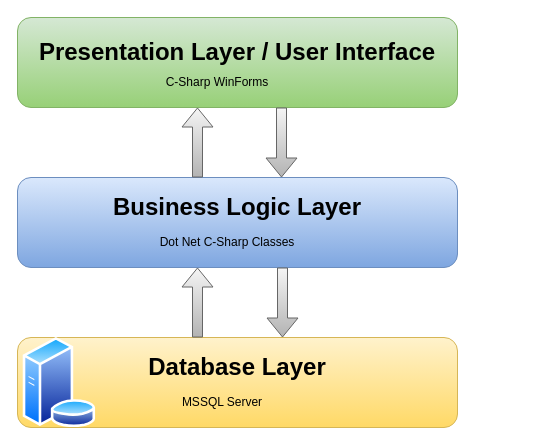
The draw.io diagram FinalDeliverables/SRS_UPDATE/architecture.drawio in AzamWahid/LibraryInfoSystem, before the edit. Source tidied: cells renumbered, new cells numbered last; positions are measured from the earlier drawing's top-left corner, leaving out a move shared by most shapes. Both pictures are drawn from the tidied source at 100%, with x=0, y=0 at pixel (17, 17).
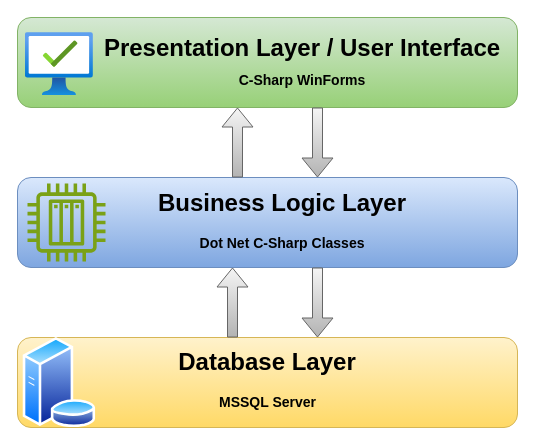
The same diagram, later.

What changed in the source:
```diff
@@
     <mxCell id="2" style="rounded=1;whiteSpace=wrap;html=1;fillColor=#d5e8d4;gradientColor=#97d077;strokeColor=#82b366;" parent="1" vertex="1">
-      <mxGeometry width="440" height="90" as="geometry" />
+      <mxGeometry width="500" height="90" as="geometry" />
     </mxCell>
-    <mxCell id="3" value="&lt;h1&gt;&lt;span style=&quot;background-color: initial;&quot;&gt;Presentation Layer / User Interface&lt;/span&gt;&lt;br&gt;&lt;/h1&gt;" style="text;html=1;strokeColor=none;fillColor=none;spacing=5;spacingTop=-20;whiteSpace=wrap;overflow=hidden;rounded=0;align=center;" parent="1" vertex="1">
-      <mxGeometry x="10" y="15" width="420" height="45" as="geometry" />
+    <mxCell id="3" value="&lt;h1&gt;&lt;span style=&quot;background-color: initial;&quot;&gt;Presentation Layer / User Interface&lt;/span&gt;&lt;br&gt;&lt;/h1&gt;" style="text;html=1;strokeColor=none;fillColor=none;spacing=5;spacingTop=-20;whiteSpace=wrap;overflow=hidden;rounded=0;align=center;verticalAlign=middle;" parent="1" vertex="1">
+      <mxGeometry x="80" y="15" width="410" height="45" as="geometry" />
     </mxCell>
-    <mxCell id="4" value="C-Sharp WinForms" style="text;html=1;strokeColor=none;fillColor=none;align=center;verticalAlign=middle;whiteSpace=wrap;rounded=0;" parent="1" vertex="1">
-      <mxGeometry x="140" y="50" width="120" height="30" as="geometry" />
+    <mxCell id="4" value="C-Sharp WinForms" style="text;html=1;strokeColor=none;fillColor=none;align=center;verticalAlign=middle;whiteSpace=wrap;rounded=0;fontStyle=1;fontSize=14;" parent="1" vertex="1">
+      <mxGeometry x="215" y="48.2" width="140" height="30" as="geometry" />
     </mxCell>
     <mxCell id="5" style="rounded=1;whiteSpace=wrap;html=1;fillColor=#dae8fc;gradientColor=#7ea6e0;strokeColor=#6c8ebf;" parent="1" vertex="1">
-      <mxGeometry y="160" width="440" height="90" as="geometry" />
+      <mxGeometry y="160" width="500" height="90" as="geometry" />
     </mxCell>
     <mxCell id="6" value="&lt;h1&gt;&lt;span style=&quot;background-color: initial;&quot;&gt;Business Logic Layer&lt;/span&gt;&lt;br&gt;&lt;/h1&gt;" style="text;html=1;strokeColor=none;fillColor=none;spacing=5;spacingTop=-20;whiteSpace=wrap;overflow=hidden;rounded=0;align=center;" parent="1" vertex="1">
-      <mxGeometry x="10" y="170" width="420" height="45" as="geometry" />
+      <mxGeometry x="55" y="166" width="420" height="45" as="geometry" />
     </mxCell>
-    <mxCell id="7" value="Dot Net C-Sharp Classes" style="text;html=1;strokeColor=none;fillColor=none;align=center;verticalAlign=middle;whiteSpace=wrap;rounded=0;" parent="1" vertex="1">
-      <mxGeometry x="140" y="210" width="140" height="30" as="geometry" />
+    <mxCell id="7" value="Dot Net C-Sharp Classes" style="text;html=1;strokeColor=none;fillColor=none;align=center;verticalAlign=middle;whiteSpace=wrap;rounded=0;fontStyle=1;fontSize=14;" parent="1" vertex="1">
+      <mxGeometry x="180" y="211" width="170" height="30" as="geometry" />
     </mxCell>
     <mxCell id="8" style="rounded=1;whiteSpace=wrap;html=1;fillColor=#fff2cc;strokeColor=#d6b656;gradientColor=#ffd966;" parent="1" vertex="1">
-      <mxGeometry y="320" width="440" height="90" as="geometry" />
+      <mxGeometry y="320" width="500" height="90" as="geometry" />
     </mxCell>
     <mxCell id="9" value="&lt;h1&gt;&lt;span style=&quot;background-color: initial;&quot;&gt;Database Layer&lt;/span&gt;&lt;br&gt;&lt;/h1&gt;" style="text;html=1;strokeColor=none;fillColor=none;spacing=5;spacingTop=-20;whiteSpace=wrap;overflow=hidden;rounded=0;align=center;" parent="1" vertex="1">
-      <mxGeometry x="5" y="330" width="430" height="45" as="geometry" />
+      <mxGeometry x="35" y="325" width="430" height="45" as="geometry" />
     </mxCell>
-    <mxCell id="10" value="MSSQL Server" style="text;html=1;strokeColor=none;fillColor=none;align=center;verticalAlign=middle;whiteSpace=wrap;rounded=0;" parent="1" vertex="1">
-      <mxGeometry x="135" y="370" width="140" height="30" as="geometry" />
+    <mxCell id="10" value="MSSQL Server" style="text;html=1;strokeColor=none;fillColor=none;align=center;verticalAlign=middle;whiteSpace=wrap;rounded=0;fontStyle=1;fontSize=14;" parent="1" vertex="1">
+      <mxGeometry x="172.5" y="370" width="155" height="30" as="geometry" />
     </mxCell>
     <mxCell id="11" style="shape=flexArrow;endArrow=classic;html=1;rounded=0;fillColor=#f5f5f5;gradientColor=#b3b3b3;strokeColor=#666666;" parent="1" edge="1">
       <mxGeometry relative="1" as="geometry">
-        <mxPoint x="180" y="160" as="sourcePoint" />
-        <mxPoint x="180" y="90" as="targetPoint" />
+        <mxPoint x="220" y="160" as="sourcePoint" />
+        <mxPoint x="220" y="90" as="targetPoint" />
       </mxGeometry>
     </mxCell>
     <mxCell id="12" style="shape=flexArrow;endArrow=classic;html=1;rounded=0;fillColor=#f5f5f5;gradientColor=#b3b3b3;strokeColor=#666666;" parent="1" edge="1">
       <mxGeometry relative="1" as="geometry">
-        <mxPoint x="180" y="320" as="sourcePoint" />
-        <mxPoint x="180" y="250" as="targetPoint" />
+        <mxPoint x="215" y="320" as="sourcePoint" />
+        <mxPoint x="215" y="250" as="targetPoint" />
       </mxGeometry>
     </mxCell>
     <mxCell id="13" style="shape=flexArrow;endArrow=classic;html=1;rounded=0;fillColor=#f5f5f5;gradientColor=#b3b3b3;strokeColor=#666666;" parent="1" edge="1">
       <mxGeometry relative="1" as="geometry">
-        <mxPoint x="264" y="90" as="sourcePoint" />
-        <mxPoint x="264" y="160" as="targetPoint" />
+        <mxPoint x="300" y="90" as="sourcePoint" />
+        <mxPoint x="300" y="160" as="targetPoint" />
       </mxGeometry>
     </mxCell>
     <mxCell id="14" style="shape=flexArrow;endArrow=classic;html=1;rounded=0;fillColor=#f5f5f5;gradientColor=#b3b3b3;strokeColor=#666666;" parent="1" edge="1">
       <mxGeometry relative="1" as="geometry">
-        <mxPoint x="265" y="250" as="sourcePoint" />
-        <mxPoint x="265" y="320" as="targetPoint" />
+        <mxPoint x="300" y="250" as="sourcePoint" />
+        <mxPoint x="300" y="320" as="targetPoint" />
       </mxGeometry>
     </mxCell>
@@
+    <mxCell id="16" style="sketch=0;fontColor=#232F3E;gradientColor=none;fillColor=#7AA116;strokeColor=none;dashed=0;verticalLabelPosition=bottom;verticalAlign=top;align=center;html=1;fontSize=12;fontStyle=0;shape=mxgraph.aws4.iot_thing_plc;" parent="1" vertex="1">
+      <mxGeometry x="10" y="166" width="78" height="78" as="geometry" />
+    </mxCell>
+    <mxCell id="17" style="image;html=1;align=center;fontSize=12;image=img/lib/azure2/management_governance/Managed_Desktop.svg;" parent="1" vertex="1">
+      <mxGeometry x="7.9" y="15" width="68" height="63.2" as="geometry" />
+    </mxCell>
```
